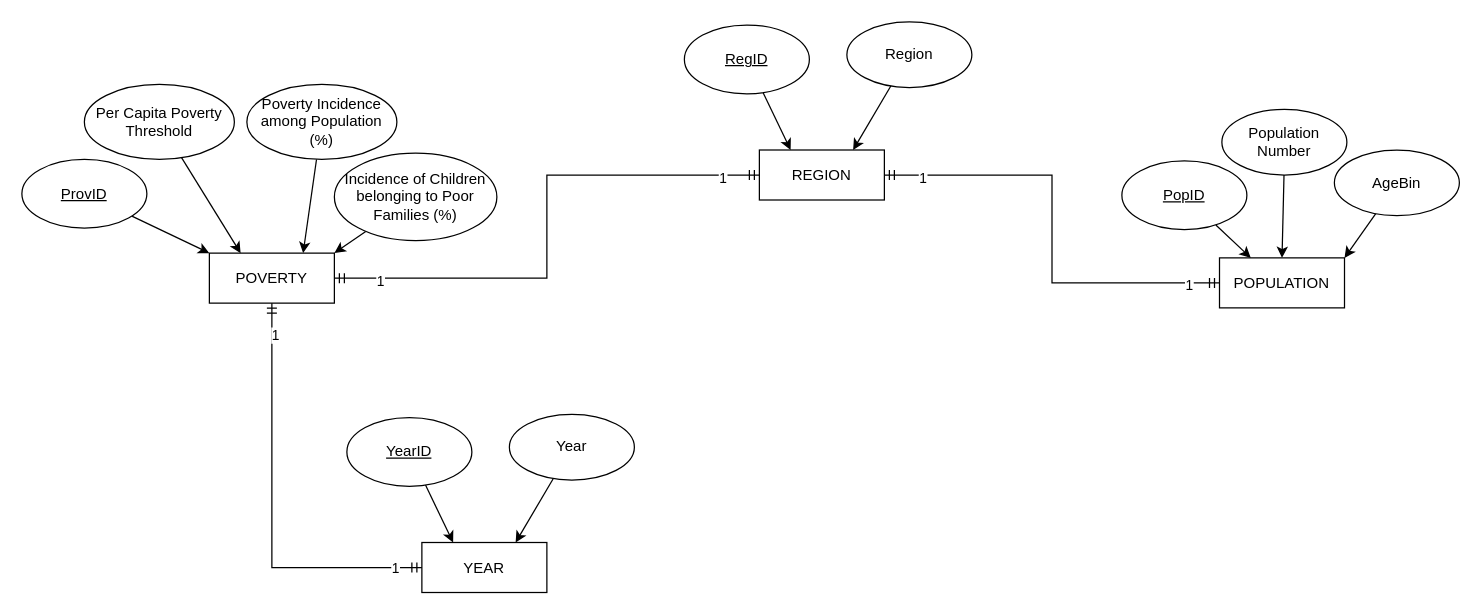
Above: page "ERD" (2 of 3) of DECapstone diagrams.drawio in vinsanity2022/SPARTACapstone (draw.io), before the change. Source tidied: cells renumbered, new cells numbered last; positions are measured from the earlier drawing's top-left corner, leaving out a move shared by most shapes. Both pictures are drawn from the tidied source at 125%, with x=0, y=0 at pixel (21, 21).
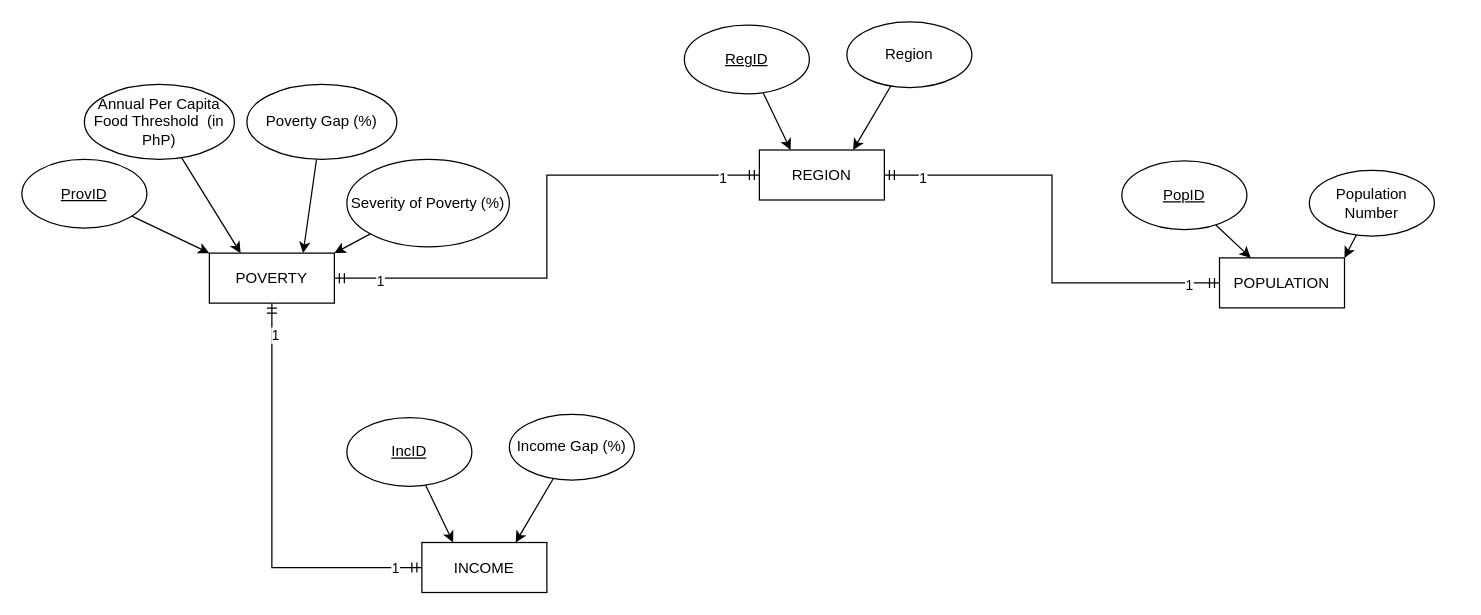
The same page after the edit.

Unchanged cells that the change refers to:
```xml
<mxCell id="27" value="POPULATION" style="whiteSpace=wrap;html=1;align=center;" parent="1" vertex="1">
  <mxGeometry x="958.1" y="188.8" width="100" height="40" as="geometry" />
</mxCell>
```

The edit, as a diff of the source:
```diff
@@
-    <mxCell id="4" value="Per Capita Poverty Threshold" style="ellipse;whiteSpace=wrap;html=1;align=center;" parent="1" vertex="1">
+    <mxCell id="4" value="Annual Per Capita Food Threshold&amp;nbsp; (in PhP)" style="ellipse;whiteSpace=wrap;html=1;align=center;" parent="1" vertex="1">
       <mxGeometry x="50" y="50" width="120" height="60" as="geometry" />
     </mxCell>
@@
-    <mxCell id="6" value="Poverty Incidence among Population (%)" style="ellipse;whiteSpace=wrap;html=1;align=center;" parent="1" vertex="1">
+    <mxCell id="6" value="Poverty Gap (%)" style="ellipse;whiteSpace=wrap;html=1;align=center;" parent="1" vertex="1">
       <mxGeometry x="180" y="50" width="120" height="60" as="geometry" />
     </mxCell>
@@
-    <mxCell id="8" value="Incidence of Children belonging to Poor Families (%)" style="ellipse;whiteSpace=wrap;html=1;align=center;" parent="1" vertex="1">
-      <mxGeometry x="250" y="105" width="130" height="70" as="geometry" />
+    <mxCell id="8" value="Severity of Poverty (%)" style="ellipse;whiteSpace=wrap;html=1;align=center;" parent="1" vertex="1">
+      <mxGeometry x="260" y="110" width="130" height="70" as="geometry" />
     </mxCell>
@@
-    <mxCell id="19" value="YEAR" style="whiteSpace=wrap;html=1;align=center;" parent="1" vertex="1">
+    <mxCell id="19" value="INCOME" style="whiteSpace=wrap;html=1;align=center;" parent="1" vertex="1">
       <mxGeometry x="320" y="416.5" width="100" height="40" as="geometry" />
     </mxCell>
@@
-    <mxCell id="21" value="Year" style="ellipse;whiteSpace=wrap;html=1;align=center;" parent="1" vertex="1">
+    <mxCell id="21" value="Income Gap (%)" style="ellipse;whiteSpace=wrap;html=1;align=center;" parent="1" vertex="1">
       <mxGeometry x="390" y="314" width="100" height="52.5" as="geometry" />
     </mxCell>
@@
-    <mxCell id="23" value="YearID" style="ellipse;whiteSpace=wrap;html=1;align=center;fontStyle=4;" parent="1" vertex="1">
+    <mxCell id="23" value="IncID" style="ellipse;whiteSpace=wrap;html=1;align=center;fontStyle=4;" parent="1" vertex="1">
       <mxGeometry x="260" y="316.5" width="100" height="55" as="geometry" />
     </mxCell>
@@
-    <mxCell id="28" style="rounded=0;jettySize=auto;html=1;entryX=0.5;entryY=0;entryDx=0;entryDy=0;" parent="1" edge="1" source="29" target="27">
+    <mxCell id="28" style="rounded=0;jettySize=auto;html=1;entryX=1;entryY=0;entryDx=0;entryDy=0;" parent="1" edge="1" source="29" target="27">
       <mxGeometry relative="1" as="geometry" />
     </mxCell>
     <mxCell id="29" value="Population Number" style="ellipse;whiteSpace=wrap;html=1;align=center;" parent="1" vertex="1">
-      <mxGeometry x="960" y="70" width="100" height="52.5" as="geometry" />
+      <mxGeometry x="1030" y="118.8" width="100" height="52.5" as="geometry" />
     </mxCell>
@@
-    <mxCell id="35" style="rounded=0;jettySize=auto;html=1;entryX=1;entryY=0;entryDx=0;entryDy=0;" parent="1" edge="1" source="36" target="27">
-      <mxGeometry relative="1" as="geometry" />
-    </mxCell>
-    <mxCell id="36" value="AgeBin" style="ellipse;whiteSpace=wrap;html=1;align=center;" parent="1" vertex="1">
-      <mxGeometry x="1050" y="102.5" width="100" height="52.5" as="geometry" />
-    </mxCell>
```
